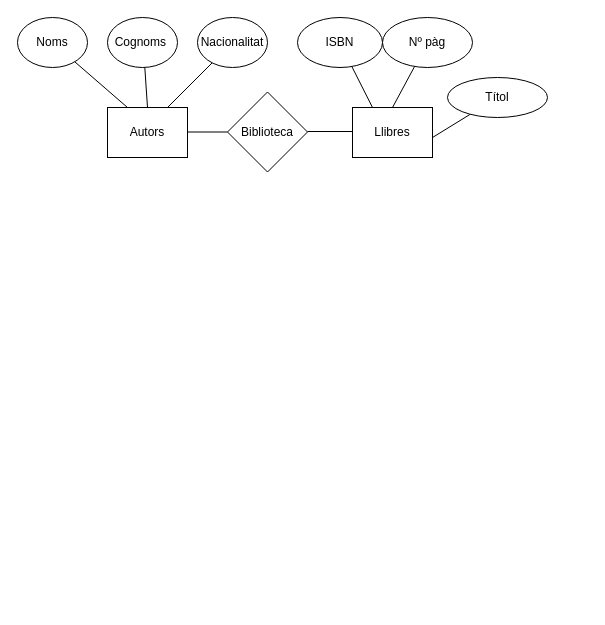
Above: Untitled Diagram.drawio in Khydra/https-discordapp.com-api-webhooks-518562240383811644-kNeMgop6j8yftRepPUE6DXeDJ8cb2CNdsJGgCZLXd1JnR (draw.io), before the change. Source tidied: cells renumbered, new cells numbered last; positions are measured from the earlier drawing's top-left corner, leaving out a move shared by most shapes. Both pictures are drawn from the tidied source at 100%, with x=0, y=0 at pixel (17, 17).
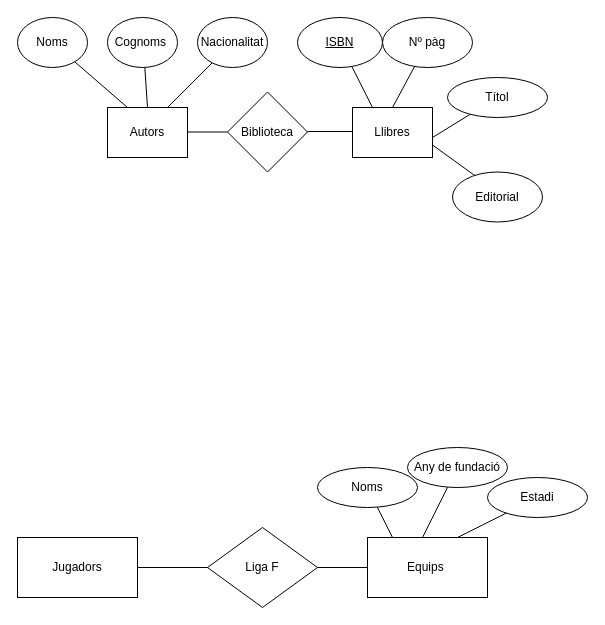
After the change.

Unchanged cells that the change refers to:
```xml
<mxCell id="6" value="Llibres" style="rounded=0;whiteSpace=wrap;html=1;" parent="1" vertex="1">
  <mxGeometry x="335" y="90" width="80" height="50" as="geometry" />
</mxCell>
```

What changed in the source:
```diff
@@
-    <mxCell id="14" value="ISBN" style="ellipse;whiteSpace=wrap;html=1;" parent="1" vertex="1">
+    <mxCell id="14" value="&lt;u&gt;ISBN&lt;/u&gt;" style="ellipse;whiteSpace=wrap;html=1;" parent="1" vertex="1">
       <mxGeometry x="280" width="85" height="50" as="geometry" />
     </mxCell>
@@
+    <mxCell id="19" style="endArrow=none;html=1;entryX=1;entryY=0.75;entryDx=0;entryDy=0;" parent="1" edge="1" target="6">
+      <mxGeometry relative="1" as="geometry">
+        <mxPoint x="460" y="160" as="sourcePoint" />
+      </mxGeometry>
+    </mxCell>
+    <mxCell id="20" value="Editorial" style="ellipse;whiteSpace=wrap;html=1;" parent="1" vertex="1">
+      <mxGeometry x="435" y="154.5" width="90" height="50" as="geometry" />
+    </mxCell>
+    <mxCell id="21" value="Liga F" style="rhombus;whiteSpace=wrap;html=1;" parent="1" vertex="1">
+      <mxGeometry x="190" y="510" width="110" height="80" as="geometry" />
+    </mxCell>
+    <mxCell id="22" style="endArrow=none;html=1;" parent="1" edge="1" target="23">
+      <mxGeometry relative="1" as="geometry">
+        <mxPoint x="300" y="550" as="sourcePoint" />
+      </mxGeometry>
+    </mxCell>
+    <mxCell id="23" value="Equips&amp;nbsp;" style="rounded=0;whiteSpace=wrap;html=1;" parent="1" vertex="1">
+      <mxGeometry x="350" y="520" width="120" height="60" as="geometry" />
+    </mxCell>
+    <mxCell id="24" style="endArrow=none;html=1;" parent="1" edge="1">
+      <mxGeometry relative="1" as="geometry">
+        <mxPoint x="110" y="550" as="sourcePoint" />
+        <mxPoint x="190" y="550" as="targetPoint" />
+      </mxGeometry>
+    </mxCell>
+    <mxCell id="25" value="Jugadors" style="rounded=0;whiteSpace=wrap;html=1;" parent="1" vertex="1">
+      <mxGeometry y="520" width="120" height="60" as="geometry" />
+    </mxCell>
+    <mxCell id="26" style="endArrow=none;html=1;" parent="1" edge="1" target="27">
+      <mxGeometry relative="1" as="geometry">
+        <mxPoint x="375" y="520" as="sourcePoint" />
+      </mxGeometry>
+    </mxCell>
+    <mxCell id="27" value="Noms" style="ellipse;whiteSpace=wrap;html=1;" parent="1" vertex="1">
+      <mxGeometry x="300" y="450" width="100" height="40" as="geometry" />
+    </mxCell>
+    <mxCell id="28" style="endArrow=none;html=1;" parent="1" edge="1" target="29">
+      <mxGeometry relative="1" as="geometry">
+        <mxPoint x="405" y="520" as="sourcePoint" />
+      </mxGeometry>
+    </mxCell>
+    <mxCell id="29" value="Any de fundació" style="ellipse;whiteSpace=wrap;html=1;" parent="1" vertex="1">
+      <mxGeometry x="390" y="430" width="100" height="40" as="geometry" />
+    </mxCell>
+    <mxCell id="30" style="endArrow=none;html=1;" parent="1" edge="1" target="31">
+      <mxGeometry relative="1" as="geometry">
+        <mxPoint x="440" y="520" as="sourcePoint" />
+      </mxGeometry>
+    </mxCell>
+    <mxCell id="31" value="Estadi" style="ellipse;whiteSpace=wrap;html=1;" parent="1" vertex="1">
+      <mxGeometry x="470" y="460" width="100" height="40" as="geometry" />
+    </mxCell>
```
